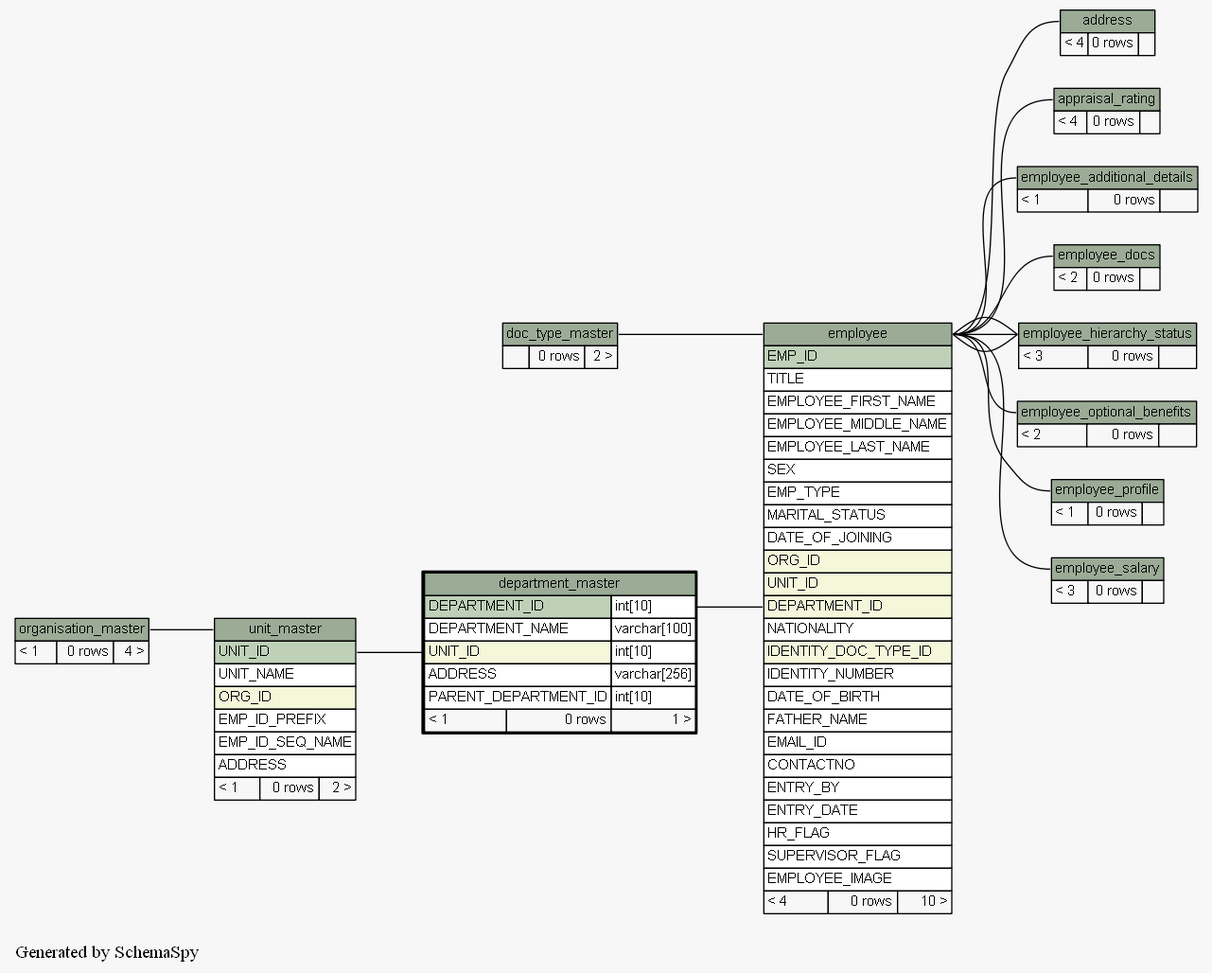
The Graphviz diagram docs/database/schemaspy/graphs/department_master.2degrees.png in engineerscraft/hrms, before a commit. Its source is kept beside it as docs/database/schemaspy/graphs/department_master.2degrees.dot.
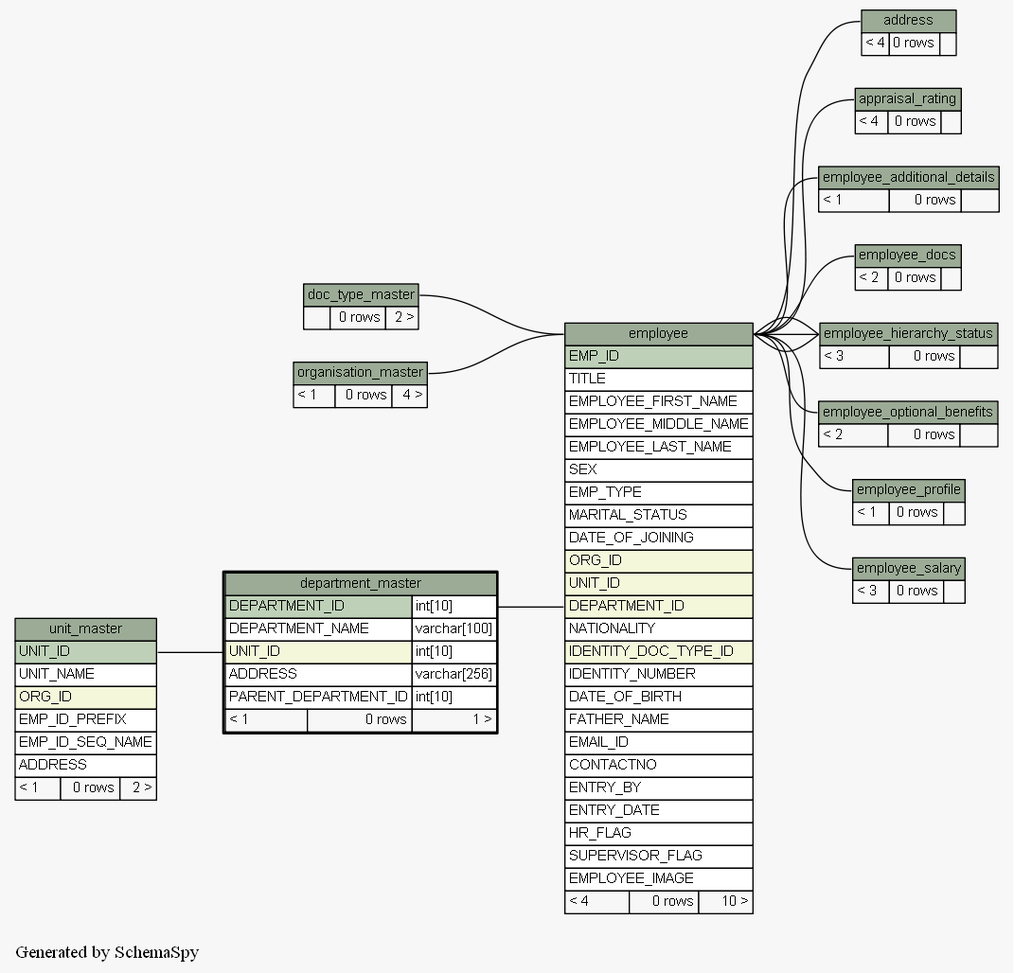
Later version of the same file.

What changed in the source:
```diff
@@ -18,6 +18,7 @@
   "department_master":"UNIT_ID":w -> "unit_master":"UNIT_ID":e [arrowtail=crowodot arrowhead=none];
   "employee":"DEPARTMENT_ID":w -> "department_master":"DEPARTMENT_ID.type":e [arrowtail=crowodot arrowhead=none];
   "employee":"employee.heading":w -> "doc_type_master":"doc_type_master.heading":e [arrowtail=crowodot arrowhead=none];
+  "employee":"employee.heading":w -> "organisation_master":"organisation_master.heading":e [arrowtail=crowodot arrowhead=none];
   "employee_additional_details":"employee_additional_details.heading":w -> "employee":"employee.heading":e [arrowtail=tee arrowhead=none];
   "employee_docs":"employee_docs.heading":w -> "employee":"employee.heading":e [arrowtail=crowtee arrowhead=none];
   "employee_hierarchy_status":"employee_hierarchy_status.heading":w -> "employee":"employee.heading":e [arrowtail=tee arrowhead=none];
@@ -26,7 +27,6 @@
   "employee_optional_benefits":"employee_optional_benefits.heading":w -> "employee":"employee.heading":e [arrowtail=crowodot arrowhead=none];
   "employee_profile":"employee_profile.heading":w -> "employee":"employee.heading":e [arrowtail=tee arrowhead=none];
   "employee_salary":"employee_salary.heading":w -> "employee":"employee.heading":e [arrowtail=crowtee arrowhead=none];
-  "unit_master":"unit_master.heading":w -> "organisation_master":"organisation_master.heading":e [arrowtail=crowodot arrowhead=none];
   "address" [
     label=<
     <TABLE BORDER="0" CELLBORDER="1" CELLSPACING="0" BGCOLOR="#ffffff">
```
